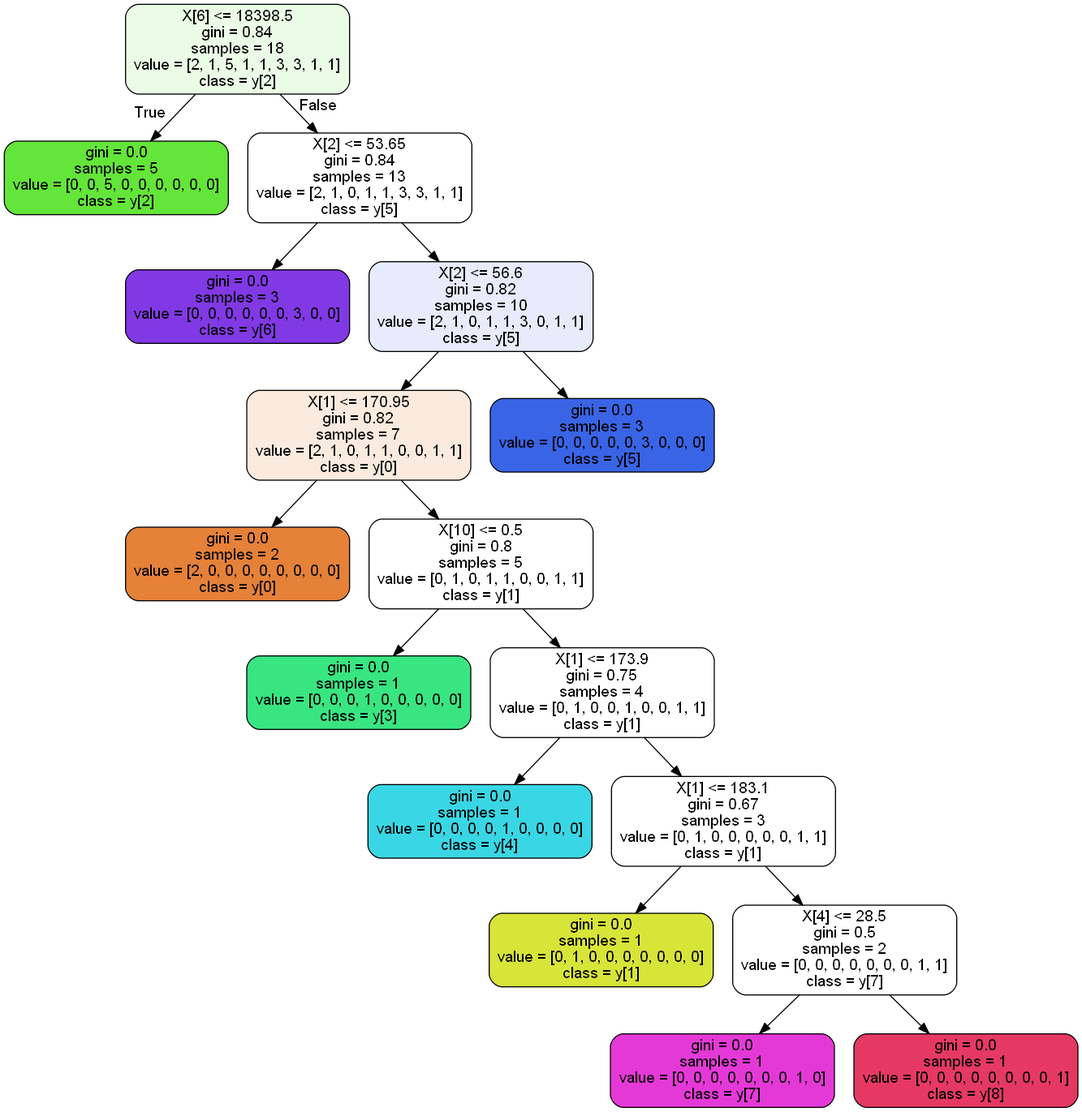
Above: treerace.png in AndreaDagg/DecisIonCAr (Graphviz), before the change. Its source is kept beside it as treerace.dot.
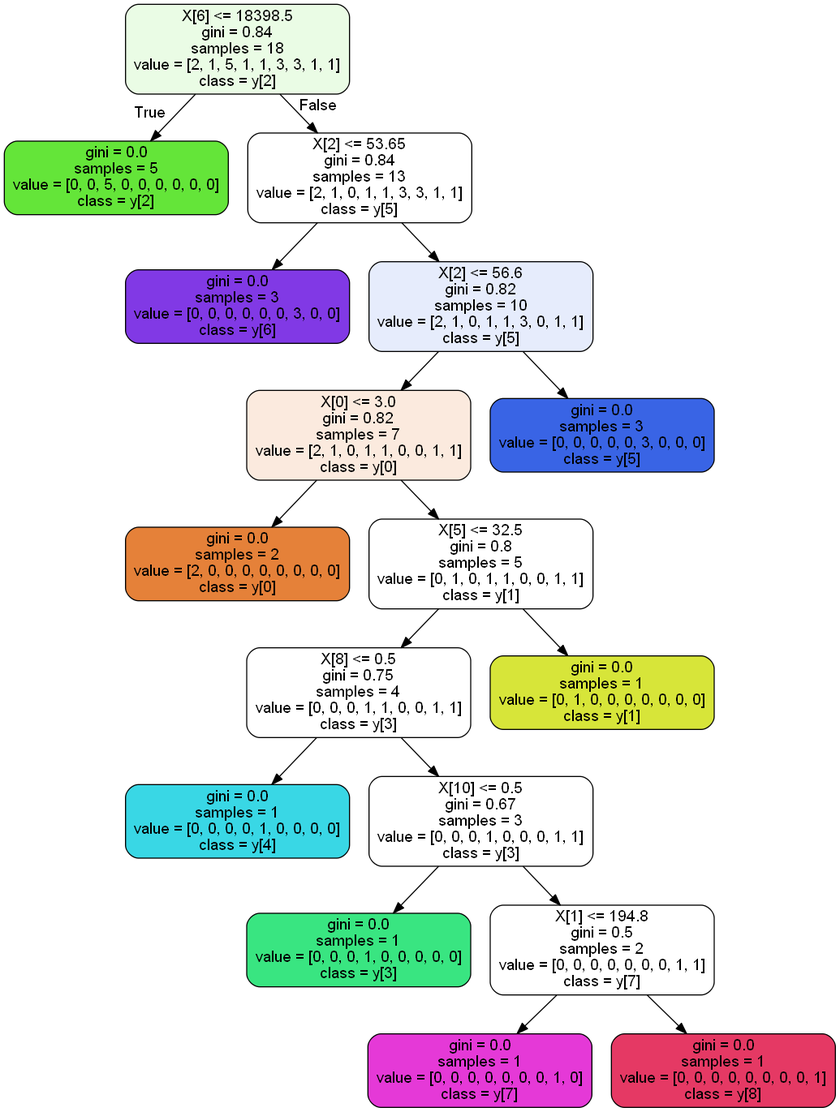
After the change.

Change to the diagram source:
```diff
@@ -10,28 +10,28 @@
 2 -> 3 ;
 4 [label="X[2] <= 56.6\ngini = 0.82\nsamples = 10\nvalue = [2, 1, 0, 1, 1, 3, 0, 1, 1]\nclass = y[5]", fillcolor="#e6ecfc"] ;
 2 -> 4 ;
-5 [label="X[1] <= 170.95\ngini = 0.82\nsamples = 7\nvalue = [2, 1, 0, 1, 1, 0, 0, 1, 1]\nclass = y[0]", fillcolor="#fbeade"] ;
+5 [label="X[0] <= 3.0\ngini = 0.82\nsamples = 7\nvalue = [2, 1, 0, 1, 1, 0, 0, 1, 1]\nclass = y[0]", fillcolor="#fbeade"] ;
 4 -> 5 ;
 6 [label="gini = 0.0\nsamples = 2\nvalue = [2, 0, 0, 0, 0, 0, 0, 0, 0]\nclass = y[0]", fillcolor="#e58139"] ;
 5 -> 6 ;
-7 [label="X[10] <= 0.5\ngini = 0.8\nsamples = 5\nvalue = [0, 1, 0, 1, 1, 0, 0, 1, 1]\nclass = y[1]", fillcolor="#ffffff"] ;
+7 [label="X[5] <= 32.5\ngini = 0.8\nsamples = 5\nvalue = [0, 1, 0, 1, 1, 0, 0, 1, 1]\nclass = y[1]", fillcolor="#ffffff"] ;
 5 -> 7 ;
-8 [label="gini = 0.0\nsamples = 1\nvalue = [0, 0, 0, 1, 0, 0, 0, 0, 0]\nclass = y[3]", fillcolor="#39e581"] ;
+8 [label="X[8] <= 0.5\ngini = 0.75\nsamples = 4\nvalue = [0, 0, 0, 1, 1, 0, 0, 1, 1]\nclass = y[3]", fillcolor="#ffffff"] ;
 7 -> 8 ;
-9 [label="X[1] <= 173.9\ngini = 0.75\nsamples = 4\nvalue = [0, 1, 0, 0, 1, 0, 0, 1, 1]\nclass = y[1]", fillcolor="#ffffff"] ;
-7 -> 9 ;
-10 [label="gini = 0.0\nsamples = 1\nvalue = [0, 0, 0, 0, 1, 0, 0, 0, 0]\nclass = y[4]", fillcolor="#39d7e5"] ;
-9 -> 10 ;
-11 [label="X[1] <= 183.1\ngini = 0.67\nsamples = 3\nvalue = [0, 1, 0, 0, 0, 0, 0, 1, 1]\nclass = y[1]", fillcolor="#ffffff"] ;
-9 -> 11 ;
-12 [label="gini = 0.0\nsamples = 1\nvalue = [0, 1, 0, 0, 0, 0, 0, 0, 0]\nclass = y[1]", fillcolor="#d7e539"] ;
-11 -> 12 ;
-13 [label="X[4] <= 28.5\ngini = 0.5\nsamples = 2\nvalue = [0, 0, 0, 0, 0, 0, 0, 1, 1]\nclass = y[7]", fillcolor="#ffffff"] ;
-11 -> 13 ;
-14 [label="gini = 0.0\nsamples = 1\nvalue = [0, 0, 0, 0, 0, 0, 0, 1, 0]\nclass = y[7]", fillcolor="#e539d7"] ;
-13 -> 14 ;
-15 [label="gini = 0.0\nsamples = 1\nvalue = [0, 0, 0, 0, 0, 0, 0, 0, 1]\nclass = y[8]", fillcolor="#e53964"] ;
-13 -> 15 ;
+9 [label="gini = 0.0\nsamples = 1\nvalue = [0, 0, 0, 0, 1, 0, 0, 0, 0]\nclass = y[4]", fillcolor="#39d7e5"] ;
+8 -> 9 ;
+10 [label="X[10] <= 0.5\ngini = 0.67\nsamples = 3\nvalue = [0, 0, 0, 1, 0, 0, 0, 1, 1]\nclass = y[3]", fillcolor="#ffffff"] ;
+8 -> 10 ;
+11 [label="gini = 0.0\nsamples = 1\nvalue = [0, 0, 0, 1, 0, 0, 0, 0, 0]\nclass = y[3]", fillcolor="#39e581"] ;
+10 -> 11 ;
+12 [label="X[1] <= 194.8\ngini = 0.5\nsamples = 2\nvalue = [0, 0, 0, 0, 0, 0, 0, 1, 1]\nclass = y[7]", fillcolor="#ffffff"] ;
+10 -> 12 ;
+13 [label="gini = 0.0\nsamples = 1\nvalue = [0, 0, 0, 0, 0, 0, 0, 1, 0]\nclass = y[7]", fillcolor="#e539d7"] ;
+12 -> 13 ;
+14 [label="gini = 0.0\nsamples = 1\nvalue = [0, 0, 0, 0, 0, 0, 0, 0, 1]\nclass = y[8]", fillcolor="#e53964"] ;
+12 -> 14 ;
+15 [label="gini = 0.0\nsamples = 1\nvalue = [0, 1, 0, 0, 0, 0, 0, 0, 0]\nclass = y[1]", fillcolor="#d7e539"] ;
+7 -> 15 ;
 16 [label="gini = 0.0\nsamples = 3\nvalue = [0, 0, 0, 0, 0, 3, 0, 0, 0]\nclass = y[5]", fillcolor="#3964e5"] ;
 4 -> 16 ;
 }
```
